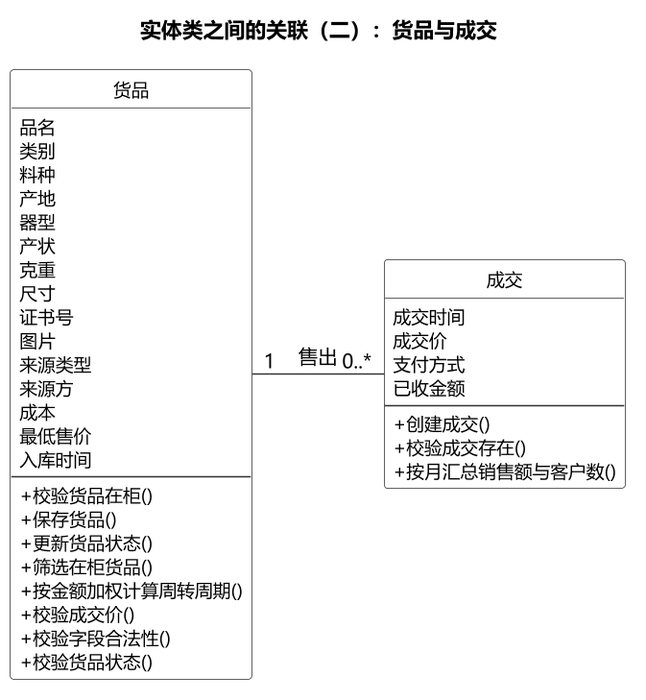
Above: docs/figs/analysis/05b2-entity-deal.png in rosefinch55/jade-store-system (PlantUML), before the change.
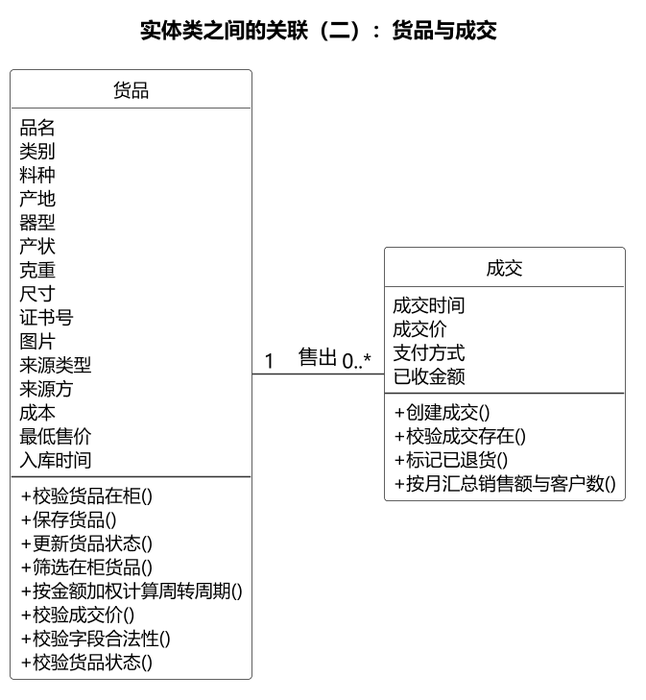
Above is the later version.

Diff of the diagram source:
```diff
@@ -52,6 +52,7 @@
     --
     + 创建成交()
     + 校验成交存在()
+    + 标记已退货()
     + 按月汇总销售额与客户数()
   }
 
```
